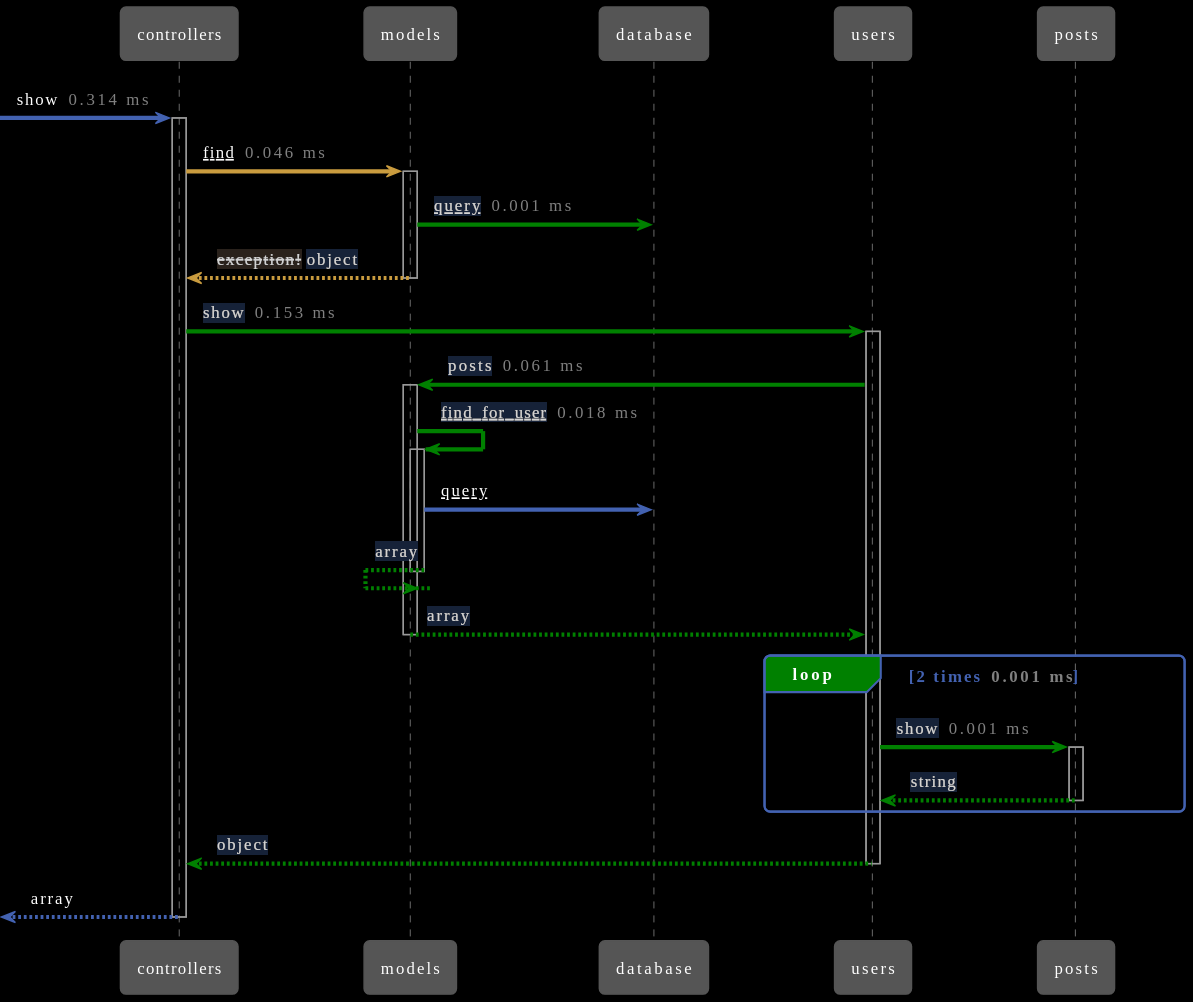
getappmap/appmap-js keeps this PlantUML diagram as packages/sequence-diagram/tests/fixtures/sequenceDiagrams/userFoundVsNotFound.sequence.svg. Above is the earlier version.
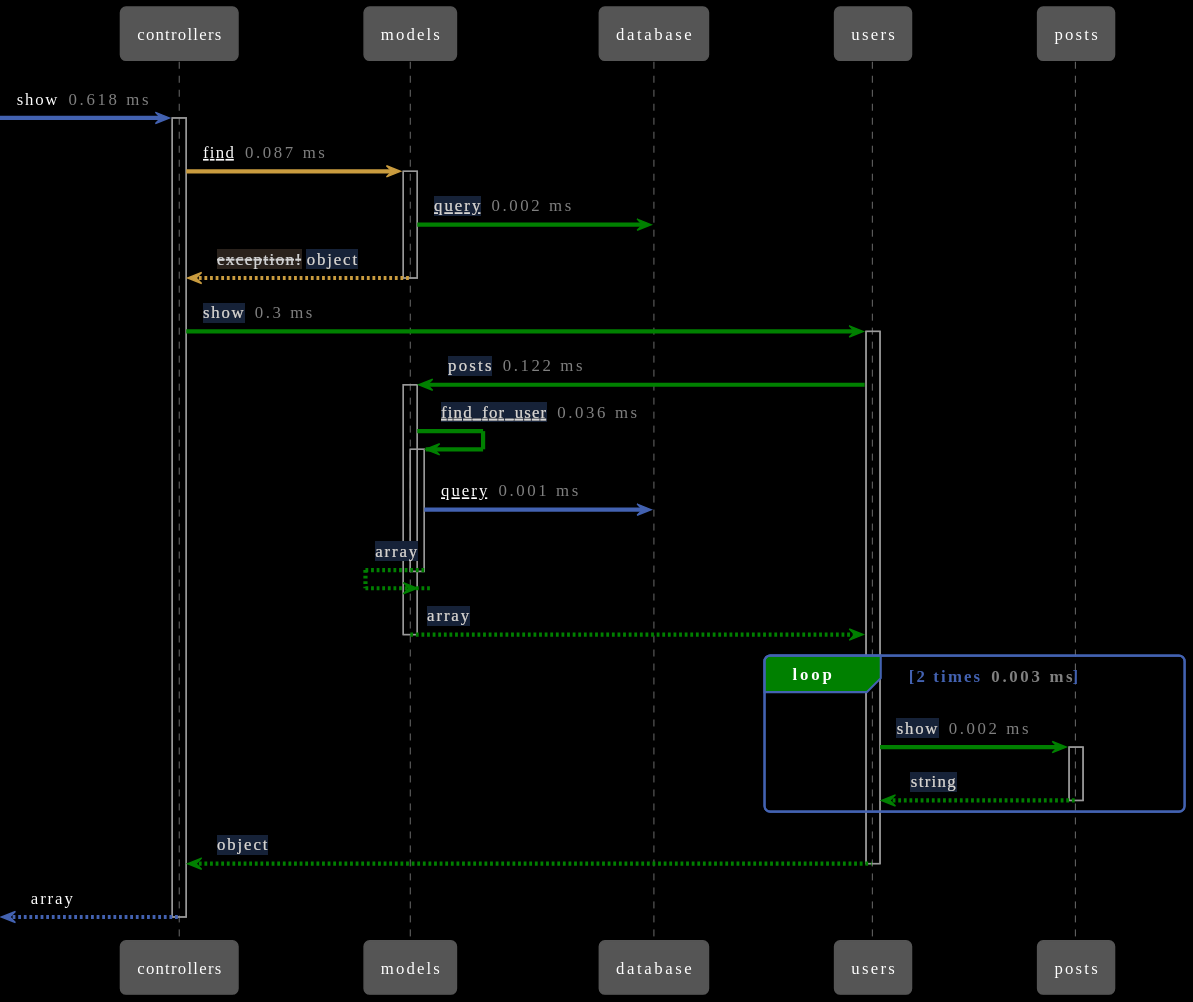
Later version of the same file.

Change to the diagram source:
```diff
@@ -5,26 +5,26 @@
 participant database as "database"
 participant users as "users"
 participant posts as "posts"
-  [->controllers: show <color:gray> 0.314 ms</color>
+  [->controllers: show <color:gray> 0.618 ms</color>
   activate controllers
-    controllers-[#CA9C3F]>models: <u>find</u> <color:gray> 0.046 ms</color>
+    controllers-[#CA9C3F]>models: <u>find</u> <color:gray> 0.087 ms</color>
     activate models
-      models-[#green]>database: <u><color:lightgray><back:#172238>query</back></color></u> <color:gray> 0.001 ms</color>
+      models-[#green]>database: <u><color:lightgray><back:#172238>query</back></color></u> <color:gray> 0.002 ms</color>
     controllers<[#CA9C3F]--models: <color:lightgray><back:#29201A>--exception!--</back></color> <color:lightgray><back:#172238>object</back></color>
     deactivate models
-    controllers-[#green]>users: <color:lightgray><back:#172238>show</back></color> <color:gray> 0.153 ms</color>
+    controllers-[#green]>users: <color:lightgray><back:#172238>show</back></color> <color:gray> 0.3 ms</color>
     activate users
-      users-[#green]>models: <color:lightgray><back:#172238>posts</back></color> <color:gray> 0.061 ms</color>
+      users-[#green]>models: <color:lightgray><back:#172238>posts</back></color> <color:gray> 0.122 ms</color>
       activate models
-        models-[#green]>models: <u><color:lightgray><back:#172238>find_for_user</back></color></u> <color:gray> 0.018 ms</color>
+        models-[#green]>models: <u><color:lightgray><back:#172238>find_for_user</back></color></u> <color:gray> 0.036 ms</color>
         activate models
-          models->database: <u>query</u>
+          models->database: <u>query</u> <color:gray> 0.001 ms</color>
         models<[#green]--models: <color:lightgray><back:#172238>array</back></color>
         deactivate models
       users<[#green]--models: <color:lightgray><back:#172238>array</back></color>
       deactivate models
-      Loop#green 2 times <color:gray> 0.001 ms</color>
-        users-[#green]>posts: <color:lightgray><back:#172238>show</back></color> <color:gray> 0.001 ms</color>
+      Loop#green 2 times <color:gray> 0.003 ms</color>
+        users-[#green]>posts: <color:lightgray><back:#172238>show</back></color> <color:gray> 0.002 ms</color>
         activate posts
         users<[#green]--posts: <color:lightgray><back:#172238>string</back></color>
         deactivate posts
```
